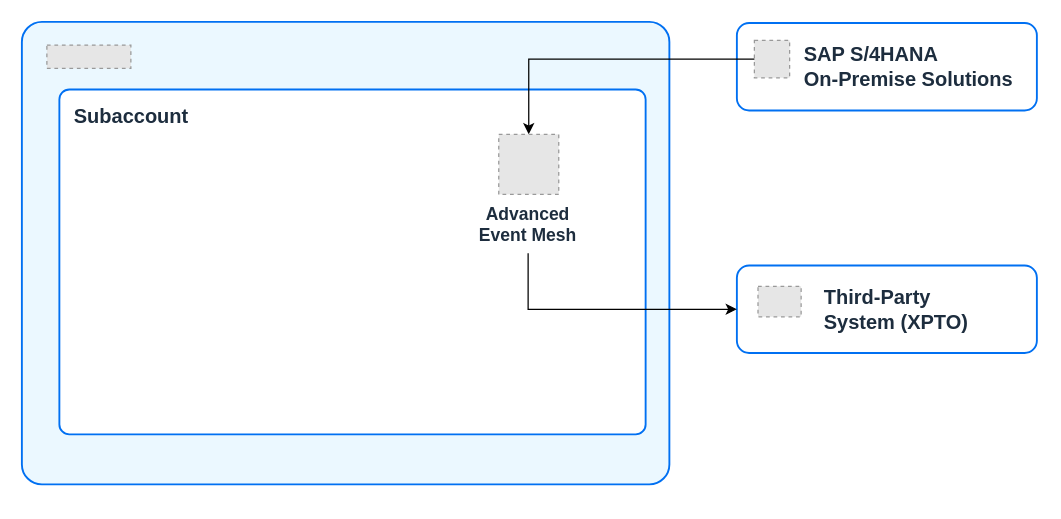
Above: page "Case2" (2 of 5) of assets/editable-diagram-examples/SAP_Task_Center_L0.drawio in raniermonteiro/btp-solution-diagrams (draw.io), before the change. Source tidied: cells renumbered, new cells numbered last; positions are measured from the earlier drawing's top-left corner, leaving out a move shared by most shapes. Both pictures are drawn from the tidied source at 125%, with x=0, y=0 at pixel (21, 21). Pictures stored in the file or linked from it are replaced by grey dashed boxes.
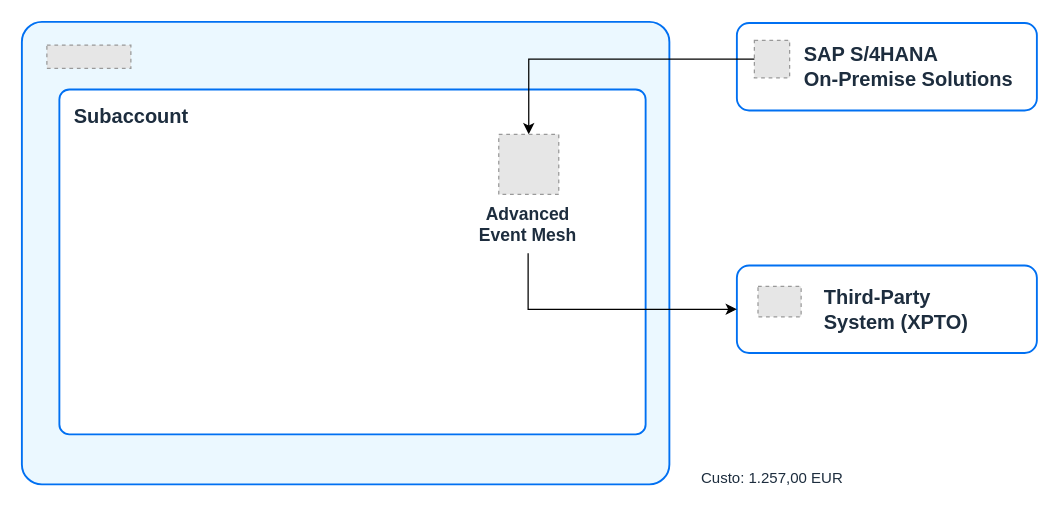
The same page after the edit.

Diff of the diagram source:
```diff
@@
 <mxGraphModel>
   <root>
     <mxCell id="0" />
     <mxCell id="1" parent="0" />
     <mxCell id="2" style="rounded=1;whiteSpace=wrap;html=1;strokeColor=#0070F2;fillColor=#EBF8FF;arcSize=32;absoluteArcSize=1;imageWidth=64;imageHeight=64;strokeWidth=1.5;" parent="1" vertex="1">
       <mxGeometry width="518" height="370" as="geometry" />
     </mxCell>
     <mxCell id="3" style="rounded=1;whiteSpace=wrap;html=1;strokeColor=#0070F2;strokeWidth=1.5;arcSize=16;fillColor=#FFFFFF;perimeterSpacing=0;absoluteArcSize=1;" parent="1" vertex="1">
       <mxGeometry x="30" y="54.1" width="469" height="275.9" as="geometry" />
     </mxCell>
     <mxCell id="4" style="fillColor=#E6E6E6;strokeColor=#999999;dashed=1;verticalLabelPosition=bottom;labelBackgroundColor=default;verticalAlign=top;" parent="1" vertex="1">
       <mxGeometry x="20" y="18.6" width="67.2" height="18.6" as="geometry" />
     </mxCell>
     <mxCell id="5" value="&lt;font face=&quot;arial&quot; style=&quot;font-size: 16px;&quot;&gt;&lt;b style=&quot;font-size: 16px;&quot;&gt;Subaccount&lt;/b&gt;&lt;/font&gt;" style="text;html=1;align=left;verticalAlign=middle;strokeColor=none;fillColor=none;fontSize=12;fontColor=#1d2d3e;fontFamily=Helvetica;" parent="1" vertex="1">
       <mxGeometry x="40" y="60" width="120" height="30" as="geometry" />
     </mxCell>
     <mxCell id="6" style="group;" parent="1" vertex="1">
       <mxGeometry x="572" y="0.9" width="242" height="70" as="geometry" />
     </mxCell>
     <mxCell id="7" style="rounded=1;whiteSpace=wrap;html=1;strokeColor=#0070F2;strokeWidth=1.5;arcSize=14;fillColor=#FFFFFF;perimeterSpacing=0;" parent="6" vertex="1">
       <mxGeometry width="240" height="70" as="geometry" />
     </mxCell>
     <mxCell id="8" style="fillColor=#E6E6E6;strokeColor=#999999;dashed=1;verticalLabelPosition=bottom;labelBackgroundColor=default;verticalAlign=top;" parent="6" vertex="1">
       <mxGeometry x="14" y="13.8" width="28.2" height="30" as="geometry" />
     </mxCell>
     <mxCell id="9" value="&lt;font face=&quot;arial&quot; style=&quot;font-size: 16px;&quot;&gt;&lt;b style=&quot;font-size: 16px;&quot;&gt;SAP S/4HANA&lt;br&gt;On-Premise Solutions&lt;/b&gt;&lt;/font&gt;" style="text;html=1;align=left;verticalAlign=middle;strokeColor=none;fillColor=none;fontSize=12;fontColor=#1d2d3e;fontFamily=Helvetica;" parent="6" vertex="1">
       <mxGeometry x="52" y="10" width="190" height="50" as="geometry" />
     </mxCell>
     <mxCell id="10" style="group;" parent="1" vertex="1">
       <mxGeometry x="572" y="194.9" width="240" height="70" as="geometry" />
     </mxCell>
     <mxCell id="11" style="rounded=1;whiteSpace=wrap;html=1;strokeColor=#0070F2;strokeWidth=1.5;arcSize=14;fillColor=#FFFFFF;perimeterSpacing=0;" parent="10" vertex="1">
       <mxGeometry width="240" height="70" as="geometry" />
     </mxCell>
     <mxCell id="12" style="fillColor=#E6E6E6;strokeColor=#999999;dashed=1;verticalLabelPosition=bottom;labelBackgroundColor=default;verticalAlign=top;" parent="10" vertex="1">
       <mxGeometry x="16.9" y="16.6" width="34.5" height="24.4" as="geometry" />
     </mxCell>
     <mxCell id="13" value="&lt;font face=&quot;arial&quot;&gt;&lt;span style=&quot;font-size: 16px;&quot;&gt;&lt;b&gt;Third-Party&amp;nbsp;&lt;/b&gt;&lt;/span&gt;&lt;/font&gt;&lt;div&gt;&lt;font face=&quot;arial&quot;&gt;&lt;span style=&quot;font-size: 16px;&quot;&gt;&lt;b&gt;System&amp;nbsp;&lt;/b&gt;&lt;/span&gt;&lt;/font&gt;&lt;b style=&quot;font-size: 16px; font-family: arial; background-color: initial;&quot;&gt;(XPTO)&lt;/b&gt;&lt;/div&gt;" style="text;html=1;align=left;verticalAlign=middle;strokeColor=none;fillColor=none;fontSize=12;fontColor=#1d2d3e;fontFamily=Helvetica;" parent="10" vertex="1">
       <mxGeometry x="67.5" y="10" width="140" height="50" as="geometry" />
     </mxCell>
     <mxCell id="14" style="edgeStyle=orthogonalEdgeStyle;rounded=0;jettySize=auto;html=1;entryX=0;entryY=0.5;entryDx=0;entryDy=0;exitX=0.5;exitY=1;exitDx=0;exitDy=0;exitPerimeter=0;" parent="1" edge="1" source="18" target="11">
       <mxGeometry relative="1" as="geometry" />
     </mxCell>
     <mxCell id="15" style="edgeStyle=orthogonalEdgeStyle;rounded=0;jettySize=auto;html=1;entryX=0.5;entryY=0;entryDx=0;entryDy=0;" parent="1" edge="1" source="8" target="17">
       <mxGeometry relative="1" as="geometry" />
     </mxCell>
     <mxCell id="16" style="group;" parent="1" vertex="1">
       <mxGeometry x="350" y="90" width="110" height="95" as="geometry" />
     </mxCell>
     <mxCell id="17" style="fillColor=#E6E6E6;strokeColor=#999999;dashed=1;verticalLabelPosition=bottom;verticalAlign=top;" parent="16" vertex="1">
       <mxGeometry x="31.5" width="48" height="48" as="geometry" />
     </mxCell>
     <mxCell id="18" value="&lt;font color=&quot;#1d2d3e&quot; size=&quot;1&quot; face=&quot;arial&quot; style=&quot;&quot;&gt;&lt;b style=&quot;font-size: 14px;&quot;&gt;Advanced Event Mesh&lt;br&gt;&lt;/b&gt;&lt;/font&gt;" style="text;html=1;align=center;verticalAlign=top;points=[[0,0.5,0,0,0],[0.21,1,0,0,0],[0.5,1,0,0,0],[0.85,1,0,0,0],[1,0.5,0,0,0]];strokeColor=none;fillColor=none;fontSize=12;fontColor=default;fontFamily=Helvetica;fixedWidth=1;imageWidth=24;whiteSpace=wrap;labelBackgroundColor=none;" parent="16" vertex="1">
       <mxGeometry y="49" width="110" height="46" as="geometry" />
     </mxCell>
+    <mxCell id="19" value="&lt;font size=&quot;1&quot; face=&quot;arial&quot; style=&quot;&quot;&gt;&lt;span style=&quot;font-size: 12px;&quot;&gt;Custo: 1.257,00 EUR&lt;/span&gt;&lt;/font&gt;" style="text;html=1;align=center;verticalAlign=middle;strokeColor=none;fillColor=none;fontSize=12;fontColor=#1D2D3E;fontFamily=Helvetica;" parent="1" vertex="1">
+      <mxGeometry x="530" y="350" width="140" height="30" as="geometry" />
+    </mxCell>
   </root>
 </mxGraphModel>
```
